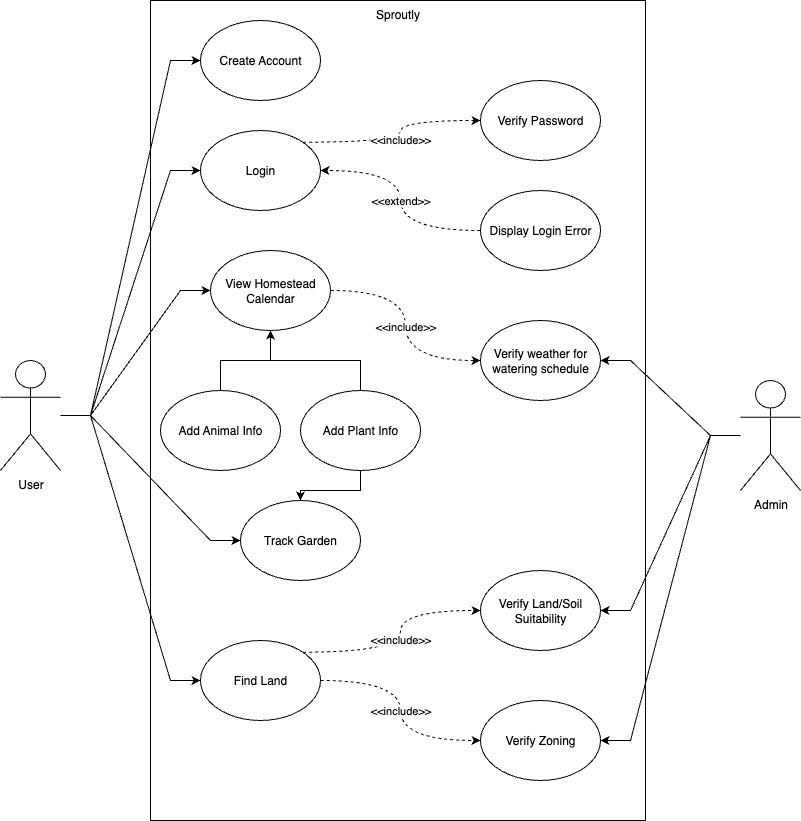
Earlier version of the draw.io export documentation/diagrams/Use Case Diagram.png (amberfeeley/Sproutly). Source tidied: cells renumbered, new cells last; positions are measured from the earlier drawing's top-left corner, leaving out a move shared by most shapes.
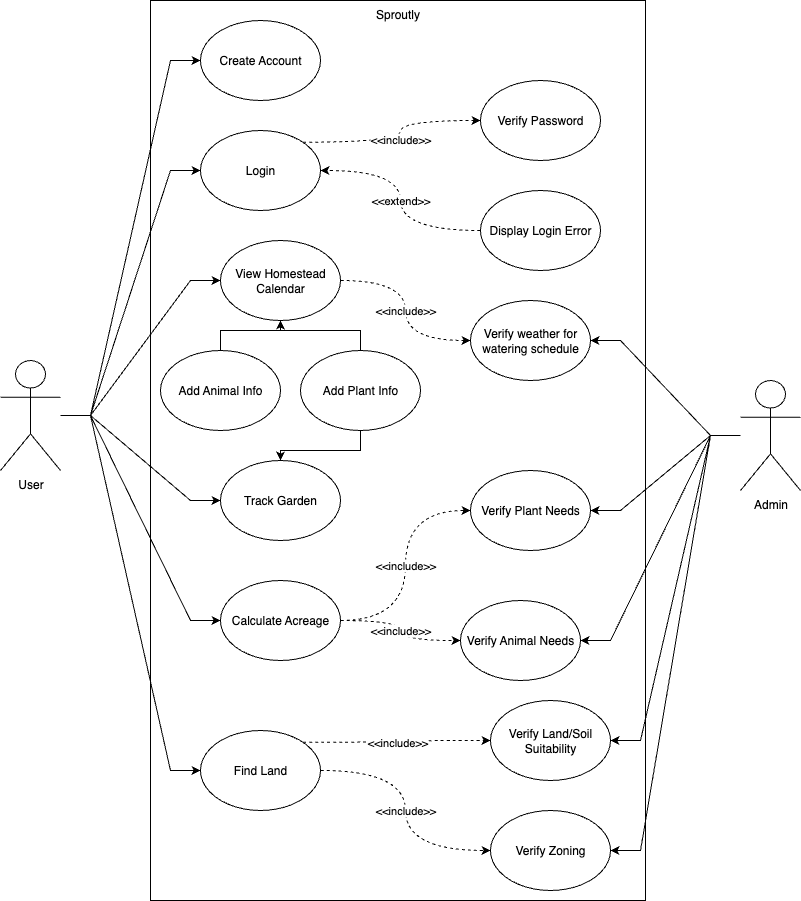
Later version of the same file.

Commit message:
2: Added acreage calculator

The edit, as a diff of the source:
```diff
@@ -3,7 +3,7 @@
     <mxCell id="0" />
     <mxCell id="1" parent="0" />
     <mxCell id="2" value="Sproutly" style="html=1;whiteSpace=wrap;verticalAlign=top;" parent="1" vertex="1">
-      <mxGeometry x="150" width="495" height="820" as="geometry" />
+      <mxGeometry x="150" width="495" height="900" as="geometry" />
     </mxCell>
     <mxCell id="3" style="edgeStyle=entityRelationEdgeStyle;rounded=0;jettySize=auto;html=1;entryX=0;entryY=0.5;entryDx=0;entryDy=0;" parent="1" edge="1" source="8" target="14">
       <mxGeometry relative="1" as="geometry" />
@@ -20,6 +20,9 @@
     <mxCell id="7" style="edgeStyle=entityRelationEdgeStyle;rounded=0;jettySize=auto;html=1;entryX=0;entryY=0.5;entryDx=0;entryDy=0;" parent="1" edge="1" source="8" target="31">
       <mxGeometry relative="1" as="geometry" />
     </mxCell>
+    <mxCell id="33" style="edgeStyle=entityRelationEdgeStyle;rounded=0;jettySize=auto;html=1;entryX=0;entryY=0.5;entryDx=0;entryDy=0;" parent="1" edge="1" source="8" target="38">
+      <mxGeometry relative="1" as="geometry" />
+    </mxCell>
     <mxCell id="8" value="User" style="shape=umlActor;verticalLabelPosition=bottom;verticalAlign=top;html=1;" parent="1" vertex="1">
       <mxGeometry y="360" width="60" height="110" as="geometry" />
     </mxCell>
@@ -32,6 +35,12 @@
     <mxCell id="11" style="edgeStyle=entityRelationEdgeStyle;rounded=0;jettySize=auto;html=1;entryX=1;entryY=0.5;entryDx=0;entryDy=0;" parent="1" edge="1" source="12" target="32">
       <mxGeometry relative="1" as="geometry" />
     </mxCell>
+    <mxCell id="34" style="edgeStyle=entityRelationEdgeStyle;rounded=0;jettySize=auto;html=1;" parent="1" edge="1" source="12" target="39">
+      <mxGeometry relative="1" as="geometry" />
+    </mxCell>
+    <mxCell id="35" style="edgeStyle=entityRelationEdgeStyle;rounded=0;jettySize=auto;html=1;entryX=1;entryY=0.5;entryDx=0;entryDy=0;" parent="1" edge="1" source="12" target="40">
+      <mxGeometry relative="1" as="geometry" />
+    </mxCell>
     <mxCell id="12" value="Admin" style="shape=umlActor;verticalLabelPosition=bottom;verticalAlign=top;html=1;" parent="1" vertex="1">
       <mxGeometry x="740" y="380" width="60" height="110" as="geometry" />
     </mxCell>
@@ -53,32 +62,32 @@
     <mxCell id="18" value="Create Account" style="ellipse;whiteSpace=wrap;html=1;" parent="1" vertex="1">
       <mxGeometry x="200" y="20" width="120" height="80" as="geometry" />
     </mxCell>
+    <mxCell id="20" style="edgeStyle=orthogonalEdgeStyle;rounded=0;jettySize=auto;html=1;exitX=0.5;exitY=0;exitDx=0;exitDy=0;entryX=0.5;entryY=1;entryDx=0;entryDy=0;" parent="1" edge="1" source="21" target="25">
+      <mxGeometry relative="1" as="geometry" />
+    </mxCell>
     <mxCell id="19" style="edgeStyle=orthogonalEdgeStyle;rounded=0;jettySize=auto;html=1;exitX=0.5;exitY=1;exitDx=0;exitDy=0;entryX=0.5;entryY=0;entryDx=0;entryDy=0;" parent="1" edge="1" source="21" target="31">
       <mxGeometry relative="1" as="geometry" />
     </mxCell>
-    <mxCell id="20" style="edgeStyle=orthogonalEdgeStyle;rounded=0;jettySize=auto;html=1;exitX=0.5;exitY=0;exitDx=0;exitDy=0;entryX=0.5;entryY=1;entryDx=0;entryDy=0;" parent="1" edge="1" source="21" target="25">
-      <mxGeometry relative="1" as="geometry" />
-    </mxCell>
     <mxCell id="21" value="Add Plant Info" style="ellipse;whiteSpace=wrap;html=1;" parent="1" vertex="1">
-      <mxGeometry x="300" y="390" width="120" height="80" as="geometry" />
+      <mxGeometry x="300" y="350" width="120" height="80" as="geometry" />
     </mxCell>
     <mxCell id="22" style="edgeStyle=orthogonalEdgeStyle;rounded=0;jettySize=auto;html=1;exitX=0.5;exitY=0;exitDx=0;exitDy=0;entryX=0.5;entryY=1;entryDx=0;entryDy=0;" parent="1" edge="1" source="23" target="25">
       <mxGeometry relative="1" as="geometry" />
     </mxCell>
     <mxCell id="23" value="Add Animal Info" style="ellipse;whiteSpace=wrap;html=1;" parent="1" vertex="1">
-      <mxGeometry x="160" y="390" width="120" height="80" as="geometry" />
+      <mxGeometry x="160" y="350" width="120" height="80" as="geometry" />
     </mxCell>
     <mxCell id="24" value="&amp;lt;&amp;lt;include&amp;gt;&amp;gt;" style="edgeStyle=orthogonalEdgeStyle;rounded=0;jettySize=auto;html=1;exitX=1;exitY=0.5;exitDx=0;exitDy=0;entryX=0;entryY=0.5;entryDx=0;entryDy=0;curved=1;dashed=1;" parent="1" edge="1" source="25" target="32">
       <mxGeometry relative="1" as="geometry" />
     </mxCell>
     <mxCell id="25" value="View Homestead Calendar" style="ellipse;whiteSpace=wrap;html=1;" parent="1" vertex="1">
-      <mxGeometry x="210" y="250" width="120" height="80" as="geometry" />
+      <mxGeometry x="220" y="240" width="120" height="80" as="geometry" />
     </mxCell>
     <mxCell id="26" value="Verify Land/Soil Suitability" style="ellipse;whiteSpace=wrap;html=1;" parent="1" vertex="1">
-      <mxGeometry x="480" y="570" width="120" height="80" as="geometry" />
+      <mxGeometry x="490" y="700" width="120" height="80" as="geometry" />
     </mxCell>
     <mxCell id="27" value="Verify Zoning" style="ellipse;whiteSpace=wrap;html=1;" parent="1" vertex="1">
-      <mxGeometry x="480" y="700" width="120" height="80" as="geometry" />
+      <mxGeometry x="490" y="810" width="120" height="80" as="geometry" />
     </mxCell>
     <mxCell id="28" value="&amp;lt;&amp;lt;include&amp;gt;&amp;gt;" style="edgeStyle=orthogonalEdgeStyle;rounded=0;jettySize=auto;html=1;exitX=1;exitY=0.5;exitDx=0;exitDy=0;entryX=0;entryY=0.5;entryDx=0;entryDy=0;dashed=1;curved=1;" parent="1" edge="1" source="30" target="27">
       <mxGeometry relative="1" as="geometry" />
@@ -87,13 +96,28 @@
       <mxGeometry relative="1" as="geometry" />
     </mxCell>
     <mxCell id="30" value="Find Land" style="ellipse;whiteSpace=wrap;html=1;" parent="1" vertex="1">
-      <mxGeometry x="200" y="640" width="120" height="80" as="geometry" />
+      <mxGeometry x="200" y="730" width="120" height="80" as="geometry" />
     </mxCell>
     <mxCell id="31" value="Track Garden" style="ellipse;whiteSpace=wrap;html=1;" parent="1" vertex="1">
-      <mxGeometry x="240" y="500" width="120" height="80" as="geometry" />
+      <mxGeometry x="220" y="460" width="120" height="80" as="geometry" />
     </mxCell>
     <mxCell id="32" value="Verify weather for watering schedule" style="ellipse;whiteSpace=wrap;html=1;" parent="1" vertex="1">
-      <mxGeometry x="480" y="320" width="120" height="80" as="geometry" />
+      <mxGeometry x="470" y="300" width="120" height="80" as="geometry" />
     </mxCell>
+    <mxCell id="36" value="&amp;lt;&amp;lt;include&amp;gt;&amp;gt;" style="edgeStyle=orthogonalEdgeStyle;rounded=0;jettySize=auto;html=1;exitX=1;exitY=0.5;exitDx=0;exitDy=0;entryX=0;entryY=0.5;entryDx=0;entryDy=0;curved=1;dashed=1;" parent="1" edge="1" source="38" target="39">
+      <mxGeometry relative="1" as="geometry" />
+    </mxCell>
+    <mxCell id="37" value="&amp;lt;&amp;lt;include&amp;gt;&amp;gt;" style="edgeStyle=orthogonalEdgeStyle;rounded=0;jettySize=auto;html=1;exitX=1;exitY=0.5;exitDx=0;exitDy=0;entryX=0;entryY=0.5;entryDx=0;entryDy=0;curved=1;dashed=1;" parent="1" edge="1" source="38" target="40">
+      <mxGeometry relative="1" as="geometry" />
+    </mxCell>
+    <mxCell id="38" value="Calculate Acreage" style="ellipse;whiteSpace=wrap;html=1;" parent="1" vertex="1">
+      <mxGeometry x="220" y="580" width="120" height="80" as="geometry" />
+    </mxCell>
+    <mxCell id="39" value="Verify Plant Needs" style="ellipse;whiteSpace=wrap;html=1;" parent="1" vertex="1">
+      <mxGeometry x="470" y="470" width="120" height="80" as="geometry" />
+    </mxCell>
+    <mxCell id="40" value="Verify Animal Needs" style="ellipse;whiteSpace=wrap;html=1;" parent="1" vertex="1">
+      <mxGeometry x="460" y="600" width="120" height="80" as="geometry" />
+    </mxCell>
   </root>
 </mxGraphModel>
```
